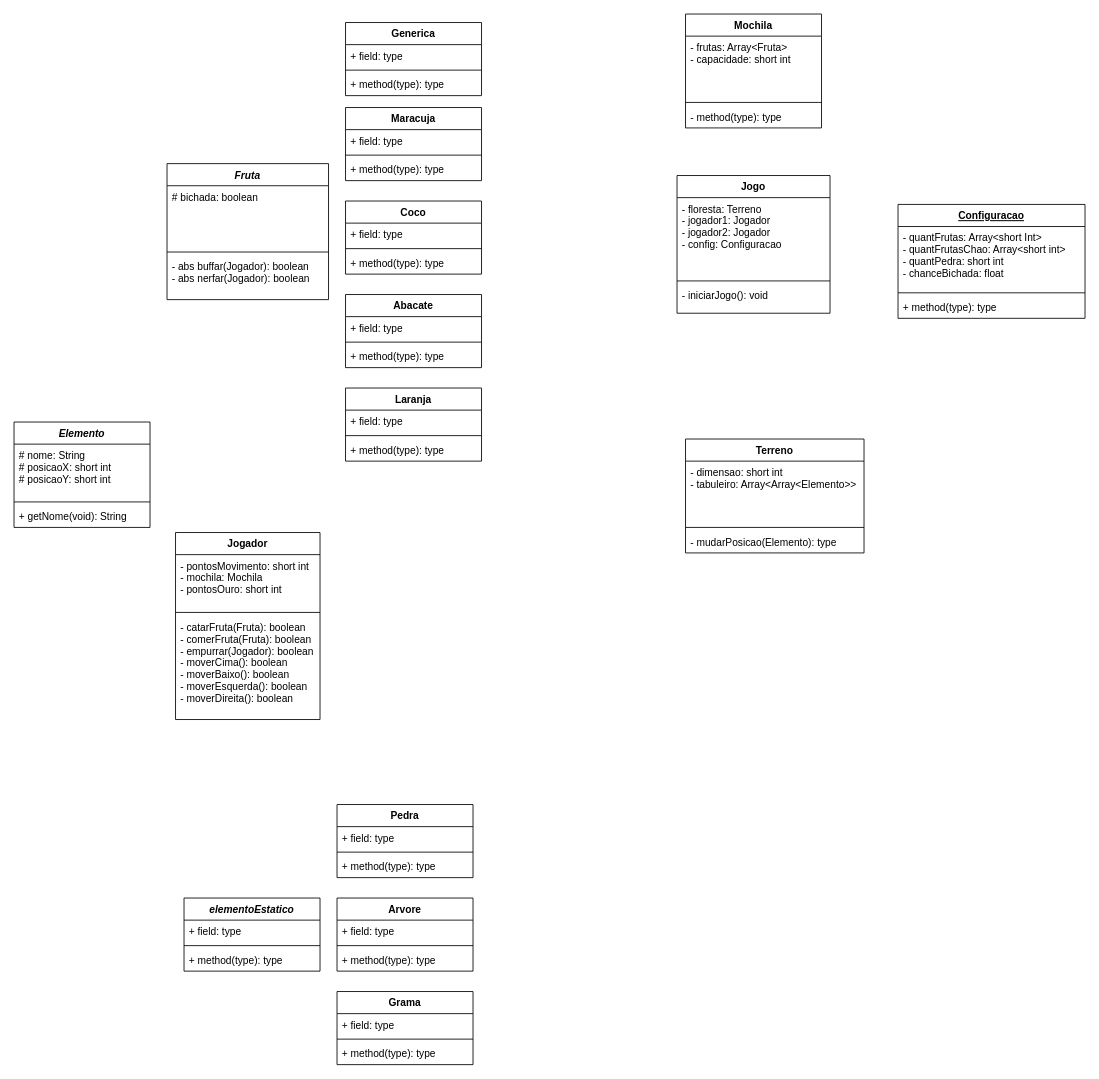
This is Esquemas/jogo.drawio from DaviAUJ/jogoCataFrutas, a draw.io file, before an edit. Source tidied: cells renumbered, new cells numbered last; positions are measured from the earlier drawing's top-left corner, leaving out a move shared by most shapes. Both pictures are drawn from the tidied source at 85%, with x=0, y=0 at pixel (14, 14).
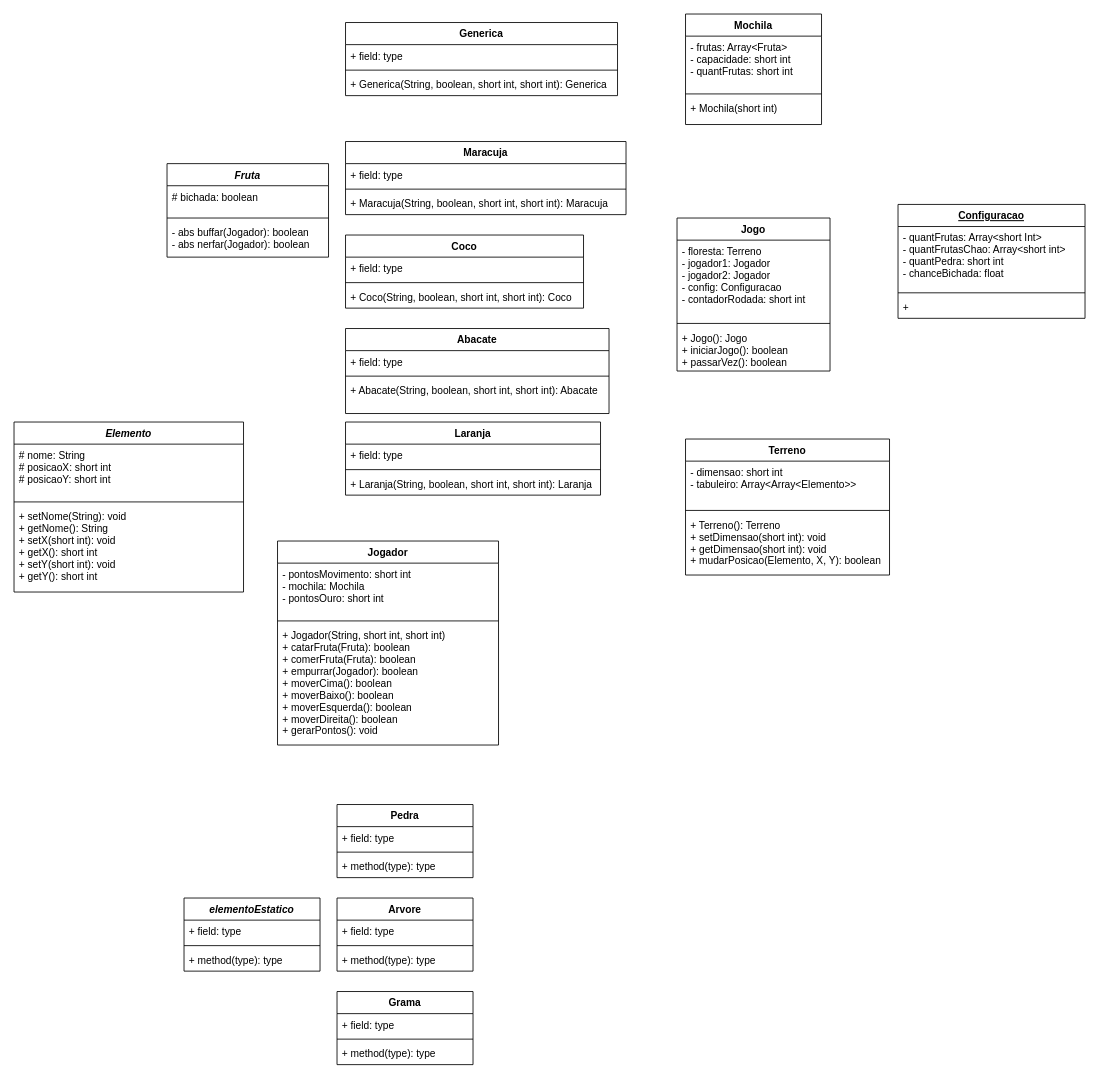
Above is the later version.

The change refers to these unchanged cells:
```xml
<mxCell id="62" value="Configuracao" style="swimlane;fontStyle=5;align=center;verticalAlign=top;horizontal=1;startSize=26;" parent="1" vertex="1">
  <mxGeometry x="1040" y="224" width="220" height="134" as="geometry" />
</mxCell>
```

Diff of the diagram source:
```diff
@@
     <mxCell id="2" value="Fruta&#10;" style="swimlane;fontStyle=3;align=center;verticalAlign=top;horizontal=1;startSize=26;" parent="1" vertex="1">
-      <mxGeometry x="180" y="176" width="190" height="160" as="geometry" />
+      <mxGeometry x="180" y="176" width="190" height="110" as="geometry" />
     </mxCell>
     <mxCell id="3" value="# bichada: boolean" style="text;strokeColor=none;fillColor=none;align=left;verticalAlign=top;spacingLeft=4;spacingRight=4;overflow=hidden;" parent="2" vertex="1">
-      <mxGeometry y="26" width="190" height="74" as="geometry" />
+      <mxGeometry y="26" width="190" height="34" as="geometry" />
     </mxCell>
     <mxCell id="4" style="line;strokeWidth=1;fillColor=none;align=left;verticalAlign=middle;spacingTop=-1;spacingLeft=3;spacingRight=3;labelPosition=right;strokeColor=inherit;" parent="2" vertex="1">
-      <mxGeometry y="100" width="190" height="8" as="geometry" />
+      <mxGeometry y="60" width="190" height="8" as="geometry" />
     </mxCell>
     <mxCell id="5" value="- abs buffar(Jogador): boolean&#10;- abs nerfar(Jogador): boolean" style="text;strokeColor=none;fillColor=none;align=left;verticalAlign=top;spacingLeft=4;spacingRight=4;overflow=hidden;" parent="2" vertex="1">
-      <mxGeometry y="108" width="190" height="52" as="geometry" />
+      <mxGeometry y="68" width="190" height="42" as="geometry" />
     </mxCell>
@@
     <mxCell id="10" value="Jogador&#10;" style="swimlane;fontStyle=1;align=center;verticalAlign=top;horizontal=1;startSize=26;" parent="1" vertex="1">
-      <mxGeometry x="190" y="610" width="170" height="220" as="geometry" />
+      <mxGeometry x="310" y="620" width="260" height="240" as="geometry" />
     </mxCell>
     <mxCell id="11" value="- pontosMovimento: short int&#10;- mochila: Mochila&#10;- pontosOuro: short int&#10;" style="text;strokeColor=none;fillColor=none;align=left;verticalAlign=top;spacingLeft=4;spacingRight=4;overflow=hidden;" parent="10" vertex="1">
-      <mxGeometry y="26" width="170" height="64" as="geometry" />
+      <mxGeometry y="26" width="260" height="64" as="geometry" />
     </mxCell>
     <mxCell id="12" style="line;strokeWidth=1;fillColor=none;align=left;verticalAlign=middle;spacingTop=-1;spacingLeft=3;spacingRight=3;labelPosition=right;strokeColor=inherit;" parent="10" vertex="1">
-      <mxGeometry y="90" width="170" height="8" as="geometry" />
+      <mxGeometry y="90" width="260" height="8" as="geometry" />
     </mxCell>
-    <mxCell id="13" value="- catarFruta(Fruta): boolean&#10;- comerFruta(Fruta): boolean&#10;- empurrar(Jogador): boolean&#10;- moverCima(): boolean&#10;- moverBaixo(): boolean&#10;- moverEsquerda(): boolean&#10;- moverDireita(): boolean" style="text;strokeColor=none;fillColor=none;align=left;verticalAlign=top;spacingLeft=4;spacingRight=4;overflow=hidden;" parent="10" vertex="1">
-      <mxGeometry y="98" width="170" height="122" as="geometry" />
+    <mxCell id="13" value="+ Jogador(String, short int, short int)&#10;+ catarFruta(Fruta): boolean&#10;+ comerFruta(Fruta): boolean&#10;+ empurrar(Jogador): boolean&#10;+ moverCima(): boolean&#10;+ moverBaixo(): boolean&#10;+ moverEsquerda(): boolean&#10;+ moverDireita(): boolean&#10;+ gerarPontos(): void&#10;" style="text;strokeColor=none;fillColor=none;align=left;verticalAlign=top;spacingLeft=4;spacingRight=4;overflow=hidden;" parent="10" vertex="1">
+      <mxGeometry y="98" width="260" height="142" as="geometry" />
     </mxCell>
     <mxCell id="14" value="Jogo" style="swimlane;fontStyle=1;align=center;verticalAlign=top;horizontal=1;startSize=26;" parent="1" vertex="1">
-      <mxGeometry x="780" y="190" width="180" height="162" as="geometry" />
+      <mxGeometry x="780" y="240" width="180" height="180" as="geometry" />
     </mxCell>
-    <mxCell id="15" value="- floresta: Terreno&#10;- jogador1: Jogador&#10;- jogador2: Jogador&#10;- config: Configuracao" style="text;strokeColor=none;fillColor=none;align=left;verticalAlign=top;spacingLeft=4;spacingRight=4;overflow=hidden;" parent="14" vertex="1">
+    <mxCell id="15" value="- floresta: Terreno&#10;- jogador1: Jogador&#10;- jogador2: Jogador&#10;- config: Configuracao&#10;- contadorRodada: short int" style="text;strokeColor=none;fillColor=none;align=left;verticalAlign=top;spacingLeft=4;spacingRight=4;overflow=hidden;" parent="14" vertex="1">
       <mxGeometry y="26" width="180" height="94" as="geometry" />
     </mxCell>
@@
-    <mxCell id="17" value="- iniciarJogo(): void" style="text;strokeColor=none;fillColor=none;align=left;verticalAlign=top;spacingLeft=4;spacingRight=4;overflow=hidden;" parent="14" vertex="1">
-      <mxGeometry y="128" width="180" height="34" as="geometry" />
+    <mxCell id="17" value="+ Jogo(): Jogo&#10;+ iniciarJogo(): boolean&#10;+ passarVez(): boolean" style="text;strokeColor=none;fillColor=none;align=left;verticalAlign=top;spacingLeft=4;spacingRight=4;overflow=hidden;" parent="14" vertex="1">
+      <mxGeometry y="128" width="180" height="52" as="geometry" />
     </mxCell>
     <mxCell id="18" value="Terreno" style="swimlane;fontStyle=1;align=center;verticalAlign=top;horizontal=1;startSize=26;" parent="1" vertex="1">
-      <mxGeometry x="790" y="500" width="210" height="134" as="geometry" />
+      <mxGeometry x="790" y="500" width="240" height="160" as="geometry" />
     </mxCell>
     <mxCell id="19" value="- dimensao: short int&#10;- tabuleiro: Array&lt;Array&lt;Elemento&gt;&gt;&#10;&#10;" style="text;strokeColor=none;fillColor=none;align=left;verticalAlign=top;spacingLeft=4;spacingRight=4;overflow=hidden;" parent="18" vertex="1">
-      <mxGeometry y="26" width="210" height="74" as="geometry" />
+      <mxGeometry y="26" width="240" height="54" as="geometry" />
     </mxCell>
     <mxCell id="20" style="line;strokeWidth=1;fillColor=none;align=left;verticalAlign=middle;spacingTop=-1;spacingLeft=3;spacingRight=3;labelPosition=right;strokeColor=inherit;" parent="18" vertex="1">
-      <mxGeometry y="100" width="210" height="8" as="geometry" />
+      <mxGeometry y="80" width="240" height="8" as="geometry" />
     </mxCell>
-    <mxCell id="21" value="- mudarPosicao(Elemento): type" style="text;strokeColor=none;fillColor=none;align=left;verticalAlign=top;spacingLeft=4;spacingRight=4;overflow=hidden;" parent="18" vertex="1">
-      <mxGeometry y="108" width="210" height="26" as="geometry" />
+    <mxCell id="21" value="+ Terreno(): Terreno&#10;+ setDimensao(short int): void&#10;+ getDimensao(short int): void&#10;+ mudarPosicao(Elemento, X, Y): boolean" style="text;strokeColor=none;fillColor=none;align=left;verticalAlign=top;spacingLeft=4;spacingRight=4;overflow=hidden;" parent="18" vertex="1">
+      <mxGeometry y="88" width="240" height="72" as="geometry" />
     </mxCell>
     <mxCell id="22" value="Maracuja" style="swimlane;fontStyle=1;align=center;verticalAlign=top;horizontal=1;startSize=26;" parent="1" vertex="1">
-      <mxGeometry x="390" y="110" width="160" height="86" as="geometry" />
+      <mxGeometry x="390" y="150" width="330" height="86" as="geometry" />
     </mxCell>
     <mxCell id="23" value="+ field: type" style="text;strokeColor=none;fillColor=none;align=left;verticalAlign=top;spacingLeft=4;spacingRight=4;overflow=hidden;" parent="22" vertex="1">
-      <mxGeometry y="26" width="160" height="26" as="geometry" />
+      <mxGeometry y="26" width="330" height="26" as="geometry" />
     </mxCell>
     <mxCell id="24" style="line;strokeWidth=1;fillColor=none;align=left;verticalAlign=middle;spacingTop=-1;spacingLeft=3;spacingRight=3;labelPosition=right;strokeColor=inherit;" parent="22" vertex="1">
-      <mxGeometry y="52" width="160" height="8" as="geometry" />
+      <mxGeometry y="52" width="330" height="8" as="geometry" />
     </mxCell>
-    <mxCell id="25" value="+ method(type): type" style="text;strokeColor=none;fillColor=none;align=left;verticalAlign=top;spacingLeft=4;spacingRight=4;overflow=hidden;" parent="22" vertex="1">
-      <mxGeometry y="60" width="160" height="26" as="geometry" />
+    <mxCell id="25" value="+ Maracuja(String, boolean, short int, short int): Maracuja" style="text;strokeColor=none;fillColor=none;align=left;verticalAlign=top;spacingLeft=4;spacingRight=4;overflow=hidden;" parent="22" vertex="1">
+      <mxGeometry y="60" width="330" height="26" as="geometry" />
     </mxCell>
     <mxCell id="26" value="Coco" style="swimlane;fontStyle=1;align=center;verticalAlign=top;horizontal=1;startSize=26;" parent="1" vertex="1">
-      <mxGeometry x="390" y="220" width="160" height="86" as="geometry" />
+      <mxGeometry x="390" y="260" width="280" height="86" as="geometry" />
     </mxCell>
     <mxCell id="27" value="+ field: type" style="text;strokeColor=none;fillColor=none;align=left;verticalAlign=top;spacingLeft=4;spacingRight=4;overflow=hidden;" parent="26" vertex="1">
-      <mxGeometry y="26" width="160" height="26" as="geometry" />
+      <mxGeometry y="26" width="280" height="26" as="geometry" />
     </mxCell>
     <mxCell id="28" style="line;strokeWidth=1;fillColor=none;align=left;verticalAlign=middle;spacingTop=-1;spacingLeft=3;spacingRight=3;labelPosition=right;strokeColor=inherit;" parent="26" vertex="1">
-      <mxGeometry y="52" width="160" height="8" as="geometry" />
+      <mxGeometry y="52" width="280" height="8" as="geometry" />
     </mxCell>
-    <mxCell id="29" value="+ method(type): type" style="text;strokeColor=none;fillColor=none;align=left;verticalAlign=top;spacingLeft=4;spacingRight=4;overflow=hidden;" parent="26" vertex="1">
-      <mxGeometry y="60" width="160" height="26" as="geometry" />
+    <mxCell id="29" value="+ Coco(String, boolean, short int, short int): Coco" style="text;strokeColor=none;fillColor=none;align=left;verticalAlign=top;spacingLeft=4;spacingRight=4;overflow=hidden;" parent="26" vertex="1">
+      <mxGeometry y="60" width="280" height="26" as="geometry" />
     </mxCell>
     <mxCell id="30" value="Abacate" style="swimlane;fontStyle=1;align=center;verticalAlign=top;horizontal=1;startSize=26;" parent="1" vertex="1">
-      <mxGeometry x="390" y="330" width="160" height="86" as="geometry" />
+      <mxGeometry x="390" y="370" width="310" height="100" as="geometry" />
     </mxCell>
     <mxCell id="31" value="+ field: type" style="text;strokeColor=none;fillColor=none;align=left;verticalAlign=top;spacingLeft=4;spacingRight=4;overflow=hidden;" parent="30" vertex="1">
-      <mxGeometry y="26" width="160" height="26" as="geometry" />
+      <mxGeometry y="26" width="310" height="26" as="geometry" />
     </mxCell>
     <mxCell id="32" style="line;strokeWidth=1;fillColor=none;align=left;verticalAlign=middle;spacingTop=-1;spacingLeft=3;spacingRight=3;labelPosition=right;strokeColor=inherit;" parent="30" vertex="1">
-      <mxGeometry y="52" width="160" height="8" as="geometry" />
+      <mxGeometry y="52" width="310" height="8" as="geometry" />
     </mxCell>
-    <mxCell id="33" value="+ method(type): type" style="text;strokeColor=none;fillColor=none;align=left;verticalAlign=top;spacingLeft=4;spacingRight=4;overflow=hidden;" parent="30" vertex="1">
-      <mxGeometry y="60" width="160" height="26" as="geometry" />
+    <mxCell id="33" value="+ Abacate(String, boolean, short int, short int): Abacate" style="text;strokeColor=none;fillColor=none;align=left;verticalAlign=top;spacingLeft=4;spacingRight=4;overflow=hidden;" parent="30" vertex="1">
+      <mxGeometry y="60" width="310" height="40" as="geometry" />
     </mxCell>
     <mxCell id="34" value="Laranja" style="swimlane;fontStyle=1;align=center;verticalAlign=top;horizontal=1;startSize=26;" parent="1" vertex="1">
-      <mxGeometry x="390" y="440" width="160" height="86" as="geometry" />
+      <mxGeometry x="390" y="480" width="300" height="86" as="geometry" />
     </mxCell>
     <mxCell id="35" value="+ field: type" style="text;strokeColor=none;fillColor=none;align=left;verticalAlign=top;spacingLeft=4;spacingRight=4;overflow=hidden;" parent="34" vertex="1">
-      <mxGeometry y="26" width="160" height="26" as="geometry" />
+      <mxGeometry y="26" width="300" height="26" as="geometry" />
     </mxCell>
     <mxCell id="36" style="line;strokeWidth=1;fillColor=none;align=left;verticalAlign=middle;spacingTop=-1;spacingLeft=3;spacingRight=3;labelPosition=right;strokeColor=inherit;" parent="34" vertex="1">
-      <mxGeometry y="52" width="160" height="8" as="geometry" />
+      <mxGeometry y="52" width="300" height="8" as="geometry" />
     </mxCell>
-    <mxCell id="37" value="+ method(type): type" style="text;strokeColor=none;fillColor=none;align=left;verticalAlign=top;spacingLeft=4;spacingRight=4;overflow=hidden;" parent="34" vertex="1">
-      <mxGeometry y="60" width="160" height="26" as="geometry" />
+    <mxCell id="37" value="+ Laranja(String, boolean, short int, short int): Laranja" style="text;strokeColor=none;fillColor=none;align=left;verticalAlign=top;spacingLeft=4;spacingRight=4;overflow=hidden;" parent="34" vertex="1">
+      <mxGeometry y="60" width="300" height="26" as="geometry" />
     </mxCell>
@@
     <mxCell id="42" value="Generica" style="swimlane;fontStyle=1;align=center;verticalAlign=top;horizontal=1;startSize=26;" parent="1" vertex="1">
-      <mxGeometry x="390" y="10" width="160" height="86" as="geometry" />
+      <mxGeometry x="390" y="10" width="320" height="86" as="geometry" />
     </mxCell>
     <mxCell id="43" value="+ field: type" style="text;strokeColor=none;fillColor=none;align=left;verticalAlign=top;spacingLeft=4;spacingRight=4;overflow=hidden;" parent="42" vertex="1">
-      <mxGeometry y="26" width="160" height="26" as="geometry" />
+      <mxGeometry y="26" width="320" height="26" as="geometry" />
     </mxCell>
     <mxCell id="44" style="line;strokeWidth=1;fillColor=none;align=left;verticalAlign=middle;spacingTop=-1;spacingLeft=3;spacingRight=3;labelPosition=right;strokeColor=inherit;" parent="42" vertex="1">
-      <mxGeometry y="52" width="160" height="8" as="geometry" />
+      <mxGeometry y="52" width="320" height="8" as="geometry" />
     </mxCell>
-    <mxCell id="45" value="+ method(type): type" style="text;strokeColor=none;fillColor=none;align=left;verticalAlign=top;spacingLeft=4;spacingRight=4;overflow=hidden;" parent="42" vertex="1">
-      <mxGeometry y="60" width="160" height="26" as="geometry" />
+    <mxCell id="45" value="+ Generica(String, boolean, short int, short int): Generica" style="text;strokeColor=none;fillColor=none;align=left;verticalAlign=top;spacingLeft=4;spacingRight=4;overflow=hidden;" parent="42" vertex="1">
+      <mxGeometry y="60" width="320" height="26" as="geometry" />
     </mxCell>
@@
     <mxCell id="54" value="Mochila" style="swimlane;fontStyle=1;align=center;verticalAlign=top;horizontal=1;startSize=26;" parent="1" vertex="1">
-      <mxGeometry x="790" width="160" height="134" as="geometry" />
+      <mxGeometry x="790" width="160" height="130" as="geometry" />
     </mxCell>
-    <mxCell id="55" value="- frutas: Array&lt;Fruta&gt;&#10;- capacidade: short int" style="text;strokeColor=none;fillColor=none;align=left;verticalAlign=top;spacingLeft=4;spacingRight=4;overflow=hidden;" parent="54" vertex="1">
-      <mxGeometry y="26" width="160" height="74" as="geometry" />
+    <mxCell id="55" value="- frutas: Array&lt;Fruta&gt;&#10;- capacidade: short int&#10;- quantFrutas: short int" style="text;strokeColor=none;fillColor=none;align=left;verticalAlign=top;spacingLeft=4;spacingRight=4;overflow=hidden;" parent="54" vertex="1">
+      <mxGeometry y="26" width="160" height="64" as="geometry" />
     </mxCell>
     <mxCell id="56" style="line;strokeWidth=1;fillColor=none;align=left;verticalAlign=middle;spacingTop=-1;spacingLeft=3;spacingRight=3;labelPosition=right;strokeColor=inherit;" parent="54" vertex="1">
-      <mxGeometry y="100" width="160" height="8" as="geometry" />
+      <mxGeometry y="90" width="160" height="8" as="geometry" />
     </mxCell>
-    <mxCell id="57" value="- method(type): type" style="text;strokeColor=none;fillColor=none;align=left;verticalAlign=top;spacingLeft=4;spacingRight=4;overflow=hidden;" parent="54" vertex="1">
-      <mxGeometry y="108" width="160" height="26" as="geometry" />
+    <mxCell id="57" value="+ Mochila(short int)" style="text;strokeColor=none;fillColor=none;align=left;verticalAlign=top;spacingLeft=4;spacingRight=4;overflow=hidden;" parent="54" vertex="1">
+      <mxGeometry y="98" width="160" height="32" as="geometry" />
     </mxCell>
     <mxCell id="58" value="Elemento" style="swimlane;fontStyle=3;align=center;verticalAlign=top;horizontal=1;startSize=26;" parent="1" vertex="1">
-      <mxGeometry y="480" width="160" height="124" as="geometry" />
+      <mxGeometry y="480" width="270" height="200" as="geometry" />
     </mxCell>
     <mxCell id="59" value="# nome: String&#10;# posicaoX: short int&#10;# posicaoY: short int" style="text;strokeColor=none;fillColor=none;align=left;verticalAlign=top;spacingLeft=4;spacingRight=4;overflow=hidden;" parent="58" vertex="1">
-      <mxGeometry y="26" width="160" height="64" as="geometry" />
+      <mxGeometry y="26" width="270" height="64" as="geometry" />
     </mxCell>
     <mxCell id="60" style="line;strokeWidth=1;fillColor=none;align=left;verticalAlign=middle;spacingTop=-1;spacingLeft=3;spacingRight=3;labelPosition=right;strokeColor=inherit;" parent="58" vertex="1">
-      <mxGeometry y="90" width="160" height="8" as="geometry" />
+      <mxGeometry y="90" width="270" height="8" as="geometry" />
     </mxCell>
-    <mxCell id="61" value="+ getNome(void): String" style="text;strokeColor=none;fillColor=none;align=left;verticalAlign=top;spacingLeft=4;spacingRight=4;overflow=hidden;" parent="58" vertex="1">
-      <mxGeometry y="98" width="160" height="26" as="geometry" />
+    <mxCell id="61" value="+ setNome(String): void&#10;+ getNome(): String&#10;+ setX(short int): void &#10;+ getX(): short int&#10;+ setY(short int): void&#10;+ getY(): short int" style="text;strokeColor=none;fillColor=none;align=left;verticalAlign=top;spacingLeft=4;spacingRight=4;overflow=hidden;" parent="58" vertex="1">
+      <mxGeometry y="98" width="270" height="102" as="geometry" />
     </mxCell>
@@
-    <mxCell id="65" value="+ method(type): type" style="text;strokeColor=none;fillColor=none;align=left;verticalAlign=top;spacingLeft=4;spacingRight=4;overflow=hidden;" parent="62" vertex="1">
+    <mxCell id="65" value="+" style="text;strokeColor=none;fillColor=none;align=left;verticalAlign=top;spacingLeft=4;spacingRight=4;overflow=hidden;" parent="62" vertex="1">
       <mxGeometry y="108" width="220" height="26" as="geometry" />
     </mxCell>
```
